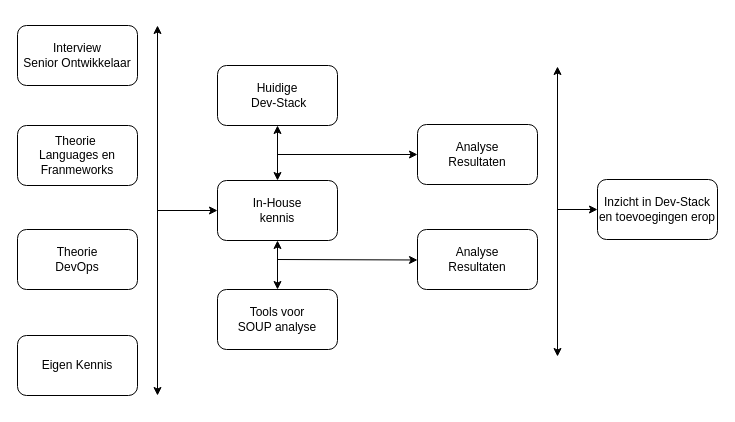
Before: page "OndMdlES" (4 of 5) of gfx/verslag graphix.drawio in codefink2020/afstudeerverslag, a draw.io diagram. Source tidied: cells renumbered, new cells numbered last; positions are measured from the earlier drawing's top-left corner, leaving out a move shared by most shapes. Both pictures are drawn from the tidied source at 100%, with x=0, y=0 at pixel (17, 25).
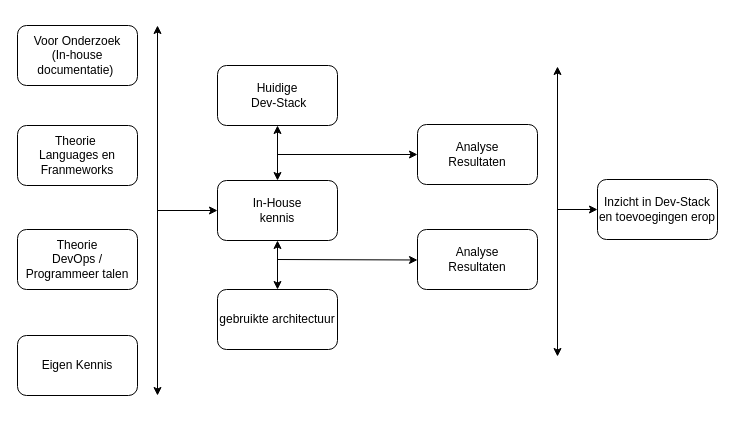
Above is the later version.

Commit message (it also covers changes not shown here):
ES onderzoek verder uitgewerkt

Change to the diagram source:
```diff
@@
-    <mxCell id="2" value="Interview&lt;br&gt;Senior Ontwikkelaar" style="rounded=1;whiteSpace=wrap;html=1;" parent="1" vertex="1">
+    <mxCell id="2" value="Voor Onderzoek &lt;br&gt;(In-house documentatie)&amp;nbsp;" style="rounded=1;whiteSpace=wrap;html=1;" parent="1" vertex="1">
       <mxGeometry width="120" height="60" as="geometry" />
     </mxCell>
@@
-    <mxCell id="4" value="Theorie &lt;br&gt;DevOps" style="rounded=1;whiteSpace=wrap;html=1;" parent="1" vertex="1">
+    <mxCell id="4" value="Theorie &lt;br&gt;DevOps / &lt;br&gt;Programmeer talen" style="rounded=1;whiteSpace=wrap;html=1;" parent="1" vertex="1">
       <mxGeometry y="204" width="120" height="60" as="geometry" />
     </mxCell>
@@
-    <mxCell id="15" value="Tools voor &lt;br&gt;SOUP analyse" style="rounded=1;whiteSpace=wrap;html=1;" parent="1" vertex="1">
+    <mxCell id="15" value="gebruikte architectuur" style="rounded=1;whiteSpace=wrap;html=1;" parent="1" vertex="1">
       <mxGeometry x="200" y="264" width="120" height="60" as="geometry" />
     </mxCell>
```
